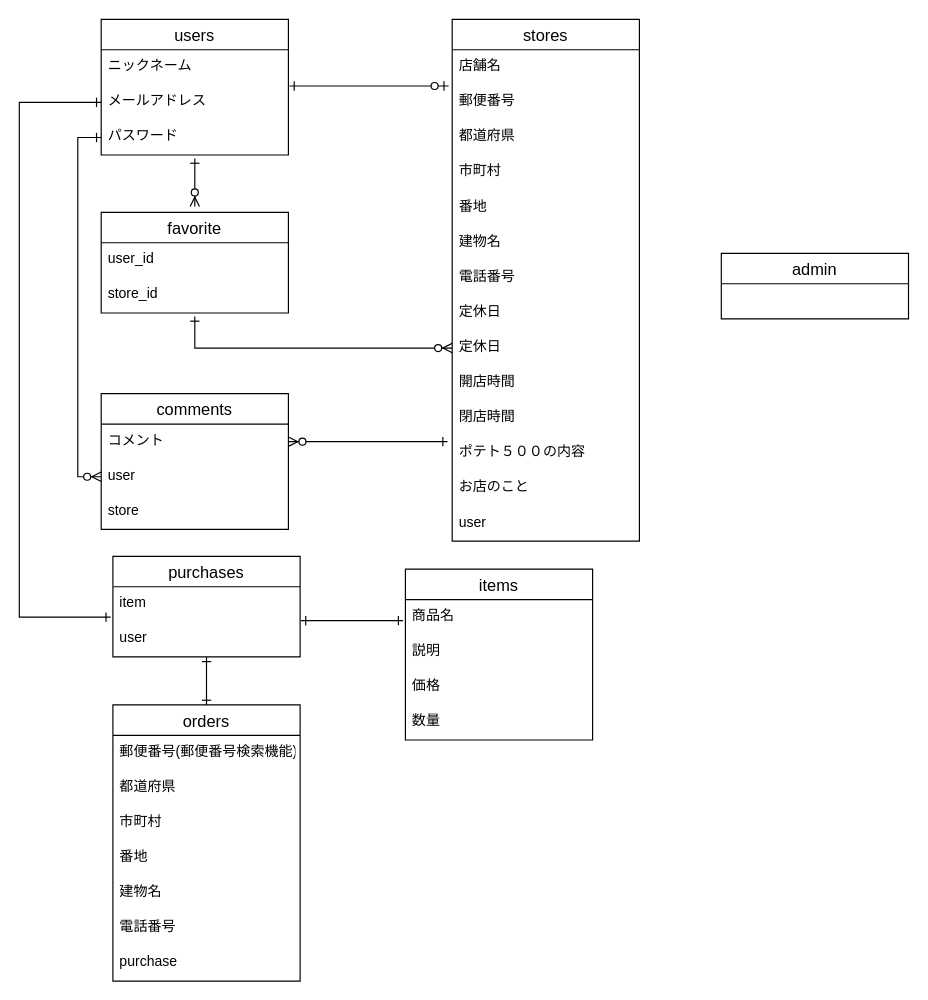
The draw.io diagram poteto500.dio in KimFight/new_potato500, before the edit. Source tidied: cells renumbered, new cells numbered last; positions are measured from the earlier drawing's top-left corner, leaving out a move shared by most shapes. Both pictures are drawn from the tidied source at 117%, with x=0, y=0 at pixel (19, 19).
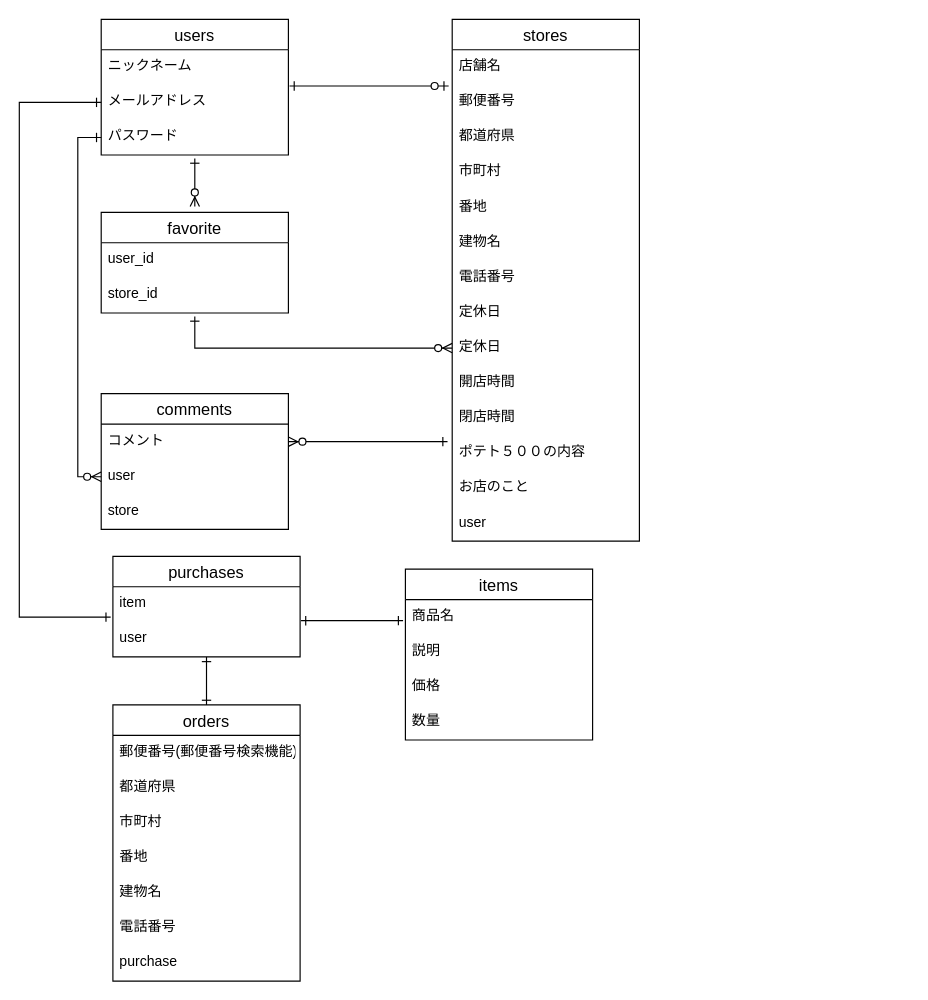
The same diagram, later.

Change to the diagram source:
```diff
@@
-    <mxCell id="28" value="admin" style="swimlane;fontStyle=0;horizontal=1;startSize=26;align=center;fontSize=14;" parent="1" vertex="1">
-      <mxGeometry x="600" y="200" width="160" height="56" as="geometry" />
-    </mxCell>
```
